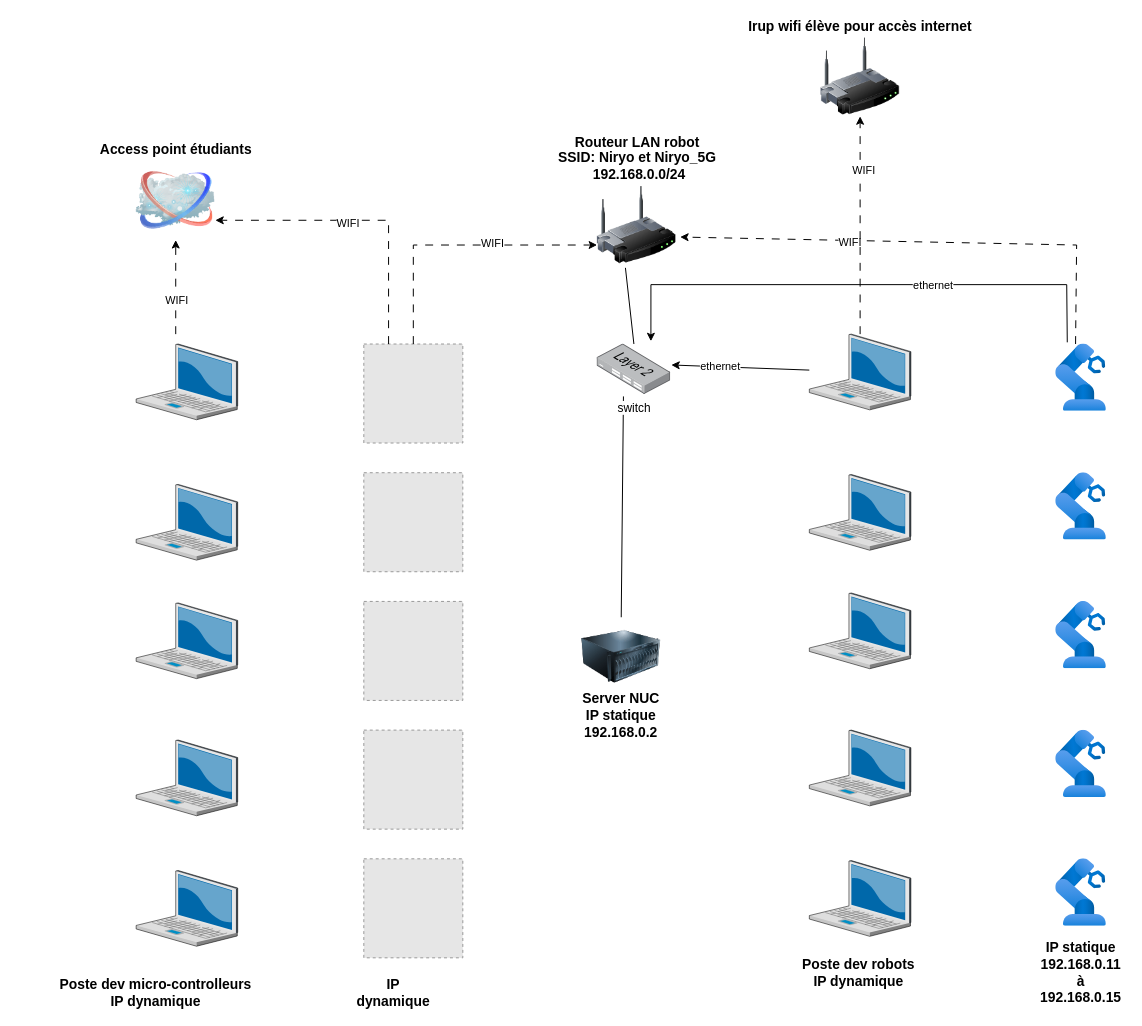
Before: page "réseau" (2 of 2) of documentation/Niryo.drawio in fabrice1618/niryo, a draw.io diagram. Source tidied: cells renumbered, new cells numbered last; positions are measured from the earlier drawing's top-left corner, leaving out a move shared by most shapes. Both pictures are drawn from the tidied source at 99%, with x=0, y=0 at pixel (17, 37). Pictures stored in the file or linked from it are replaced by grey dashed boxes.
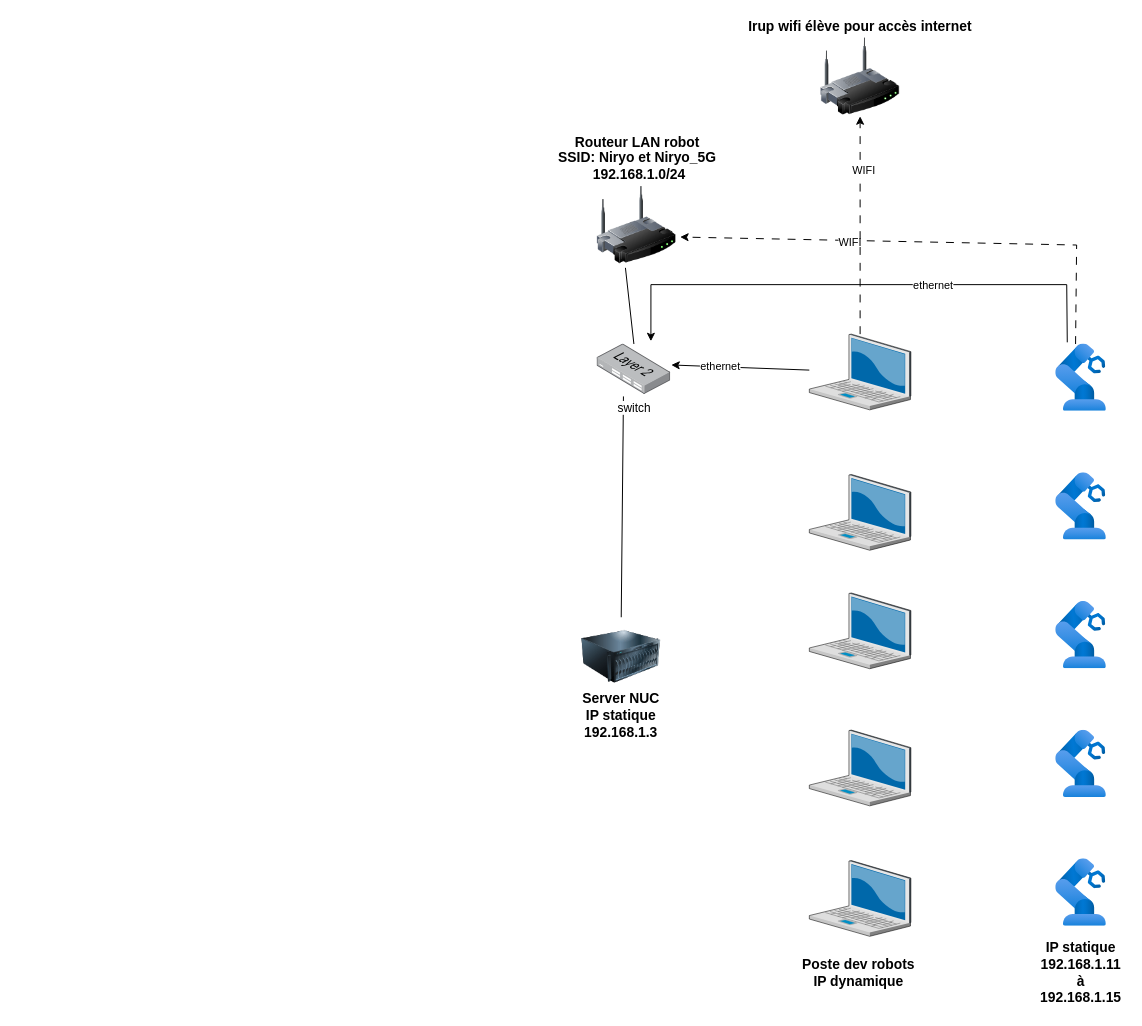
The same diagram, later.

Diff of the diagram source:
```diff
@@
-    <mxCell id="2" value="&lt;div&gt;&lt;font style=&quot;font-size: 14px;&quot;&gt;&lt;b&gt;Routeur&amp;nbsp;LAN robot&lt;/b&gt;&lt;/font&gt;&lt;/div&gt;&lt;div&gt;&lt;font style=&quot;font-size: 14px;&quot;&gt;&lt;b&gt;SSID: Niryo et Niryo_5G&lt;/b&gt;&lt;/font&gt;&lt;/div&gt;&lt;div&gt;&lt;font style=&quot;font-size: 14px;&quot;&gt;&lt;b&gt;&amp;nbsp;192.168.0.0/24&lt;/b&gt;&lt;/font&gt;&lt;/div&gt;" style="image;html=1;image=img/lib/clip_art/networking/Wireless_Router_128x128.png;labelPosition=center;verticalLabelPosition=top;align=center;verticalAlign=bottom;" parent="1" vertex="1">
+    <mxCell id="2" value="&lt;div&gt;&lt;font style=&quot;font-size: 14px;&quot;&gt;&lt;b&gt;Routeur&amp;nbsp;LAN robot&lt;/b&gt;&lt;/font&gt;&lt;/div&gt;&lt;div&gt;&lt;font style=&quot;font-size: 14px;&quot;&gt;&lt;b&gt;SSID: Niryo et Niryo_5G&lt;/b&gt;&lt;/font&gt;&lt;/div&gt;&lt;div&gt;&lt;font style=&quot;font-size: 14px;&quot;&gt;&lt;b&gt;&amp;nbsp;192.168.1.0/24&lt;/b&gt;&lt;/font&gt;&lt;/div&gt;" style="image;html=1;image=img/lib/clip_art/networking/Wireless_Router_128x128.png;labelPosition=center;verticalLabelPosition=top;align=center;verticalAlign=bottom;" parent="1" vertex="1">
       <mxGeometry x="585.6" y="150" width="80" height="80" as="geometry" />
     </mxCell>
@@
-    <mxCell id="5" value="&lt;div&gt;&lt;b&gt;&lt;font&gt;Server NUC&lt;/font&gt;&lt;/b&gt;&lt;/div&gt;&lt;div&gt;&lt;b&gt;&lt;font&gt;IP statique&lt;/font&gt;&lt;/b&gt;&lt;/div&gt;&lt;div&gt;&lt;b&gt;&lt;font&gt;192.168.0.2&lt;/font&gt;&lt;/b&gt;&lt;/div&gt;" style="text;html=1;whiteSpace=wrap;strokeColor=none;fillColor=none;align=center;verticalAlign=middle;rounded=0;fontSize=14;" parent="1" vertex="1">
+    <mxCell id="5" value="&lt;div&gt;&lt;b&gt;&lt;font&gt;Server NUC&lt;/font&gt;&lt;/b&gt;&lt;/div&gt;&lt;div&gt;&lt;b&gt;&lt;font&gt;IP statique&lt;/font&gt;&lt;/b&gt;&lt;/div&gt;&lt;div&gt;&lt;b&gt;&lt;font&gt;192.168.1.3&lt;/font&gt;&lt;/b&gt;&lt;/div&gt;" style="text;html=1;whiteSpace=wrap;strokeColor=none;fillColor=none;align=center;verticalAlign=middle;rounded=0;fontSize=14;" parent="1" vertex="1">
       <mxGeometry x="570" y="670" width="80" height="30" as="geometry" />
     </mxCell>
@@
-    <mxCell id="7" style="fillColor=#E6E6E6;strokeColor=#999999;dashed=1;verticalLabelPosition=bottom;verticalAlign=top;" parent="1" vertex="1">
-      <mxGeometry x="350" y="570" width="100" height="100" as="geometry" />
-    </mxCell>
@@
-    <mxCell id="9" style="fillColor=#E6E6E6;strokeColor=#999999;dashed=1;verticalLabelPosition=bottom;verticalAlign=top;" parent="1" vertex="1">
-      <mxGeometry x="350" y="440" width="100" height="100" as="geometry" />
-    </mxCell>
@@
-    <mxCell id="11" style="fillColor=#E6E6E6;strokeColor=#999999;dashed=1;verticalLabelPosition=bottom;verticalAlign=top;" parent="1" vertex="1">
-      <mxGeometry x="350" y="310" width="100" height="100" as="geometry" />
-    </mxCell>
-    <mxCell id="12" style="verticalLabelPosition=bottom;sketch=0;html=1;verticalAlign=top;strokeColor=none;align=center;shape=mxgraph.citrix.laptop_2;" parent="1" vertex="1">
-      <mxGeometry x="120" y="310" width="102.6" height="76.5" as="geometry" />
-    </mxCell>
@@
-    <mxCell id="15" style="fillColor=#E6E6E6;strokeColor=#999999;dashed=1;verticalLabelPosition=bottom;verticalAlign=top;" parent="1" vertex="1">
-      <mxGeometry x="350" y="830" width="100" height="100" as="geometry" />
-    </mxCell>
-    <mxCell id="16" style="fillColor=#E6E6E6;strokeColor=#999999;dashed=1;verticalLabelPosition=bottom;verticalAlign=top;" parent="1" vertex="1">
-      <mxGeometry x="350" y="700" width="100" height="100" as="geometry" />
-    </mxCell>
@@
-    <mxCell id="19" style="endArrow=classic;html=1;rounded=0;exitX=0.5;exitY=0;exitDx=0;exitDy=0;entryX=0;entryY=0.75;entryDx=0;entryDy=0;dashed=1;dashPattern=8 8;" parent="1" edge="1" source="11" target="2">
-      <mxGeometry relative="1" as="geometry">
-        <Array as="points">
-          <mxPoint x="400" y="210" />
-        </Array>
-      </mxGeometry>
-    </mxCell>
-    <mxCell id="20" value="WIFI" style="edgeLabel;html=1;align=center;verticalAlign=middle;" parent="19" vertex="1">
-      <mxGeometry x="0.25" y="3" relative="1" as="geometry" />
-    </mxCell>
-    <mxCell id="21" value="&lt;font style=&quot;font-size: 14px;&quot;&gt;&lt;b&gt;IP dynamique&lt;/b&gt;&lt;/font&gt;" style="text;html=1;whiteSpace=wrap;strokeColor=none;fillColor=none;align=center;verticalAlign=middle;rounded=0;" parent="1" vertex="1">
-      <mxGeometry x="350" y="950" width="60" height="30" as="geometry" />
-    </mxCell>
@@
-    <mxCell id="24" value="&lt;div&gt;&lt;font style=&quot;font-size: 14px;&quot;&gt;&lt;b&gt;IP statique&lt;/b&gt;&lt;/font&gt;&lt;/div&gt;&lt;div&gt;&lt;font style=&quot;font-size: 14px;&quot;&gt;&lt;b&gt;192.168.0.11 à 192.168.0.15&lt;/b&gt;&lt;/font&gt;&lt;/div&gt;" style="text;html=1;whiteSpace=wrap;strokeColor=none;fillColor=none;align=center;verticalAlign=middle;rounded=0;" parent="1" vertex="1">
+    <mxCell id="24" value="&lt;div&gt;&lt;font style=&quot;font-size: 14px;&quot;&gt;&lt;b&gt;IP statique&lt;/b&gt;&lt;/font&gt;&lt;/div&gt;&lt;div&gt;&lt;font style=&quot;font-size: 14px;&quot;&gt;&lt;b&gt;192.168.1.11 à 192.168.1.15&lt;/b&gt;&lt;/font&gt;&lt;/div&gt;" style="text;html=1;whiteSpace=wrap;strokeColor=none;fillColor=none;align=center;verticalAlign=middle;rounded=0;" parent="1" vertex="1">
       <mxGeometry x="1030" y="930" width="88.9" height="30" as="geometry" />
     </mxCell>
-    <mxCell id="25" value="Access point étudiants" style="image;html=1;image=img/lib/clip_art/networking/Cloud_128x128.png;fontSize=14;fontStyle=1;labelPosition=center;verticalLabelPosition=top;align=center;verticalAlign=bottom;" parent="1" vertex="1">
-      <mxGeometry x="120" y="125" width="80" height="80" as="geometry" />
-    </mxCell>
-    <mxCell id="26" style="verticalLabelPosition=bottom;sketch=0;html=1;verticalAlign=top;strokeColor=none;align=center;shape=mxgraph.citrix.laptop_2;" parent="1" vertex="1">
-      <mxGeometry x="120" y="451.8" width="102.6" height="76.5" as="geometry" />
-    </mxCell>
-    <mxCell id="27" style="verticalLabelPosition=bottom;sketch=0;html=1;verticalAlign=top;strokeColor=none;align=center;shape=mxgraph.citrix.laptop_2;" parent="1" vertex="1">
-      <mxGeometry x="120" y="571.5" width="102.6" height="76.5" as="geometry" />
-    </mxCell>
-    <mxCell id="28" style="verticalLabelPosition=bottom;sketch=0;html=1;verticalAlign=top;strokeColor=none;align=center;shape=mxgraph.citrix.laptop_2;" parent="1" vertex="1">
-      <mxGeometry x="120" y="710" width="102.6" height="76.5" as="geometry" />
-    </mxCell>
-    <mxCell id="29" style="verticalLabelPosition=bottom;sketch=0;html=1;verticalAlign=top;strokeColor=none;align=center;shape=mxgraph.citrix.laptop_2;" parent="1" vertex="1">
-      <mxGeometry x="120" y="841.8" width="102.6" height="76.5" as="geometry" />
-    </mxCell>
-    <mxCell id="30" style="endArrow=classic;html=1;rounded=0;entryX=0.5;entryY=1;entryDx=0;entryDy=0;dashed=1;dashPattern=8 8;" parent="1" edge="1" target="25">
-      <mxGeometry relative="1" as="geometry">
-        <mxPoint x="160" y="300" as="sourcePoint" />
-      </mxGeometry>
-    </mxCell>
-    <mxCell id="31" value="WIFI" style="edgeLabel;html=1;align=center;verticalAlign=middle;" parent="30" vertex="1">
-      <mxGeometry x="-0.26" relative="1" as="geometry" />
-    </mxCell>
-    <mxCell id="32" style="endArrow=classic;html=1;rounded=0;entryX=1;entryY=0.75;entryDx=0;entryDy=0;exitX=0.25;exitY=0;exitDx=0;exitDy=0;dashed=1;dashPattern=8 8;" parent="1" edge="1" source="11" target="25">
-      <mxGeometry relative="1" as="geometry">
-        <Array as="points">
-          <mxPoint x="375" y="185" />
-        </Array>
-      </mxGeometry>
-    </mxCell>
-    <mxCell id="33" value="WIFI" style="edgeLabel;html=1;align=center;verticalAlign=middle;" parent="32" vertex="1">
-      <mxGeometry x="0.11" y="2" relative="1" as="geometry" />
-    </mxCell>
-    <mxCell id="34" value="&lt;div&gt;&lt;font style=&quot;font-size: 14px;&quot;&gt;&lt;b&gt;Poste dev micro-controlleurs&lt;/b&gt;&lt;/font&gt;&lt;/div&gt;&lt;div&gt;&lt;font style=&quot;font-size: 14px;&quot;&gt;&lt;b&gt;IP dynamique&lt;/b&gt;&lt;/font&gt;&lt;/div&gt;" style="text;html=1;whiteSpace=wrap;strokeColor=none;fillColor=none;align=center;verticalAlign=middle;rounded=0;" parent="1" vertex="1">
-      <mxGeometry y="950" width="280" height="30" as="geometry" />
-    </mxCell>
```
